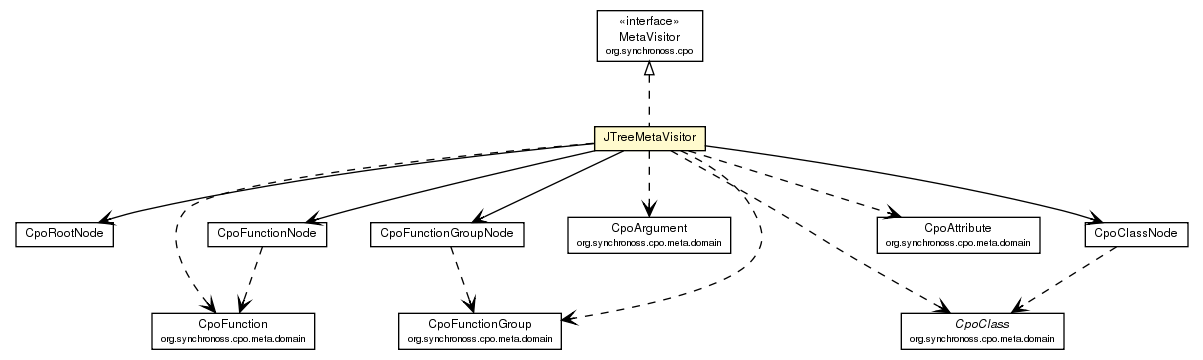
Above: site/apidocs/org/synchronoss/cpo/util/JTreeMetaVisitor.png in synchronoss/cpo-util (Graphviz), before the change. Its source is kept beside it as site/apidocs/org/synchronoss/cpo/util/JTreeMetaVisitor.dot.
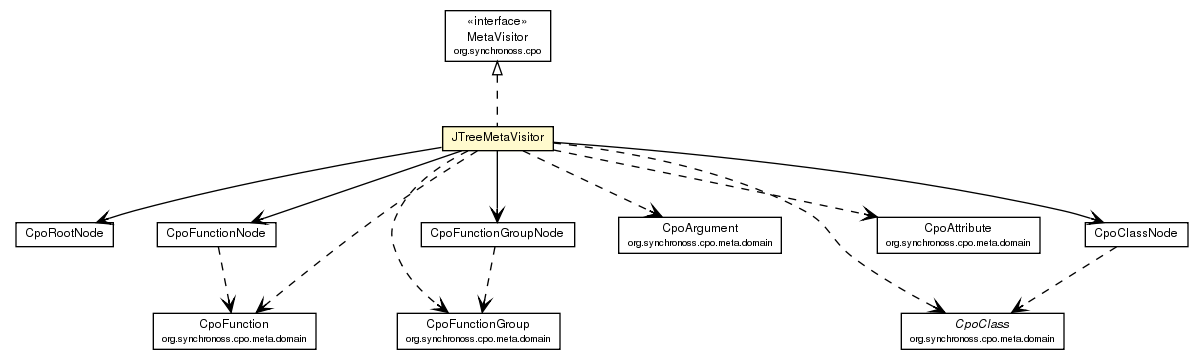
After the commit.

Diff of the diagram source:
```diff
@@ -32,21 +32,21 @@
 	c1707:p -> c1723:p [taillabel="", label="", headlabel="", fontname="Helvetica", fontcolor="black", fontsize=10.0, color="black", arrowhead=open];
 	c1707:p -> c1728:p [taillabel="", label="", headlabel="", fontname="Helvetica", fontcolor="black", fontsize=10.0, color="black", arrowhead=open];
 	c1707:p -> c1721:p [taillabel="", label="", headlabel="", fontname="Helvetica", fontcolor="black", fontsize=10.0, color="black", arrowhead=open];
-	c1707:p -> c1765:p [taillabel="", label="", headlabel="", fontname="Helvetica", fontcolor="black", fontsize=10.0, color="black", arrowhead=open, style=dashed];
 	c1707:p -> c1766:p [taillabel="", label="", headlabel="", fontname="Helvetica", fontcolor="black", fontsize=10.0, color="black", arrowhead=open, style=dashed];
+	c1707:p -> c1767:p [taillabel="", label="", headlabel="", fontname="Helvetica", fontcolor="black", fontsize=10.0, color="black", arrowhead=open, style=dashed];
 	c1707:p -> c1768:p [taillabel="", label="", headlabel="", fontname="Helvetica", fontcolor="black", fontsize=10.0, color="black", arrowhead=open, style=dashed];
 	c1707:p -> c1769:p [taillabel="", label="", headlabel="", fontname="Helvetica", fontcolor="black", fontsize=10.0, color="black", arrowhead=open, style=dashed];
 	c1707:p -> c1770:p [taillabel="", label="", headlabel="", fontname="Helvetica", fontcolor="black", fontsize=10.0, color="black", arrowhead=open, style=dashed];
-	c1721:p -> c1766:p [taillabel="", label="", headlabel="", fontname="Helvetica", fontcolor="black", fontsize=10.0, color="black", arrowhead=open, style=dashed];
+	c1721:p -> c1768:p [taillabel="", label="", headlabel="", fontname="Helvetica", fontcolor="black", fontsize=10.0, color="black", arrowhead=open, style=dashed];
 	c1723:p -> c1770:p [taillabel="", label="", headlabel="", fontname="Helvetica", fontcolor="black", fontsize=10.0, color="black", arrowhead=open, style=dashed];
-	c1728:p -> c1768:p [taillabel="", label="", headlabel="", fontname="Helvetica", fontcolor="black", fontsize=10.0, color="black", arrowhead=open, style=dashed];
+	c1728:p -> c1766:p [taillabel="", label="", headlabel="", fontname="Helvetica", fontcolor="black", fontsize=10.0, color="black", arrowhead=open, style=dashed];
 	c1770 [label=<<table border="0" cellborder="1" cellspacing="0" cellpadding="2" port="p" href="http://java.sun.com/j2se/1.4.2/docs/api/org/synchronoss/cpo/meta/domain/CpoClass.html">
 		<tr><td><table border="0" cellspacing="0" cellpadding="1">
 			<tr><td><font face="Helvetica-Oblique"> CpoClass </font></td></tr>
 			<tr><td><font point-size="7.0"> org.synchronoss.cpo.meta.domain </font></td></tr>
 		</table></td></tr>
 		</table>>, fontname="Helvetica", fontcolor="black", fontsize=9.0];
-	c1765 [label=<<table border="0" cellborder="1" cellspacing="0" cellpadding="2" port="p" href="http://java.sun.com/j2se/1.4.2/docs/api/org/synchronoss/cpo/meta/domain/CpoArgument.html">
+	c1767 [label=<<table border="0" cellborder="1" cellspacing="0" cellpadding="2" port="p" href="http://java.sun.com/j2se/1.4.2/docs/api/org/synchronoss/cpo/meta/domain/CpoArgument.html">
 		<tr><td><table border="0" cellspacing="0" cellpadding="1">
 			<tr><td> CpoArgument </td></tr>
 			<tr><td><font point-size="7.0"> org.synchronoss.cpo.meta.domain </font></td></tr>
@@ -58,13 +58,13 @@
 			<tr><td><font point-size="7.0"> org.synchronoss.cpo.meta.domain </font></td></tr>
 		</table></td></tr>
 		</table>>, fontname="Helvetica", fontcolor="black", fontsize=9.0];
-	c1766 [label=<<table border="0" cellborder="1" cellspacing="0" cellpadding="2" port="p" href="http://java.sun.com/j2se/1.4.2/docs/api/org/synchronoss/cpo/meta/domain/CpoFunction.html">
+	c1768 [label=<<table border="0" cellborder="1" cellspacing="0" cellpadding="2" port="p" href="http://java.sun.com/j2se/1.4.2/docs/api/org/synchronoss/cpo/meta/domain/CpoFunction.html">
 		<tr><td><table border="0" cellspacing="0" cellpadding="1">
 			<tr><td> CpoFunction </td></tr>
 			<tr><td><font point-size="7.0"> org.synchronoss.cpo.meta.domain </font></td></tr>
 		</table></td></tr>
 		</table>>, fontname="Helvetica", fontcolor="black", fontsize=9.0];
-	c1768 [label=<<table border="0" cellborder="1" cellspacing="0" cellpadding="2" port="p" href="http://java.sun.com/j2se/1.4.2/docs/api/org/synchronoss/cpo/meta/domain/CpoFunctionGroup.html">
+	c1766 [label=<<table border="0" cellborder="1" cellspacing="0" cellpadding="2" port="p" href="http://java.sun.com/j2se/1.4.2/docs/api/org/synchronoss/cpo/meta/domain/CpoFunctionGroup.html">
 		<tr><td><table border="0" cellspacing="0" cellpadding="1">
 			<tr><td> CpoFunctionGroup </td></tr>
 			<tr><td><font point-size="7.0"> org.synchronoss.cpo.meta.domain </font></td></tr>
```
